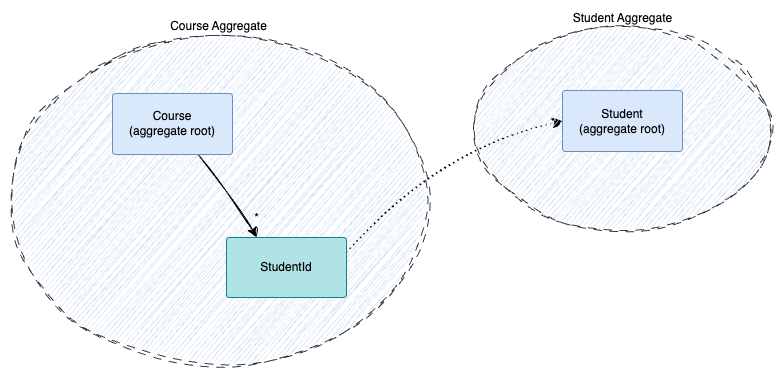
This is docs/topics/img/course-and-student-aggregates.png from tomohisa/dcb-events.github.io, a draw.io export, as it was before one commit. Source tidied: cells renumbered, new cells last; positions are measured from the earlier drawing's top-left corner, leaving out a move shared by most shapes. Its diagram source:
```xml
<mxGraphModel>
  <root>
    <mxCell id="0" />
    <mxCell id="1" parent="0" />
    <mxCell id="2" value="Course Aggregate" style="ellipse;whiteSpace=wrap;html=1;sketch=1;curveFitting=1;jiggle=2;dashed=1;dashPattern=8 8;labelPosition=center;verticalLabelPosition=top;align=center;verticalAlign=bottom;spacing=2;fillColor=#D4E1F5;strokeColor=#36393d;" parent="1" vertex="1">
      <mxGeometry y="8" width="417" height="329" as="geometry" />
    </mxCell>
    <mxCell id="3" style="edgeStyle=none;curved=1;rounded=0;jettySize=auto;html=1;entryX=0.25;entryY=0;entryDx=0;entryDy=0;fontSize=12;startSize=8;endSize=8;sketch=1;curveFitting=1;jiggle=2;" parent="1" edge="1" source="5" target="7">
      <mxGeometry relative="1" as="geometry">
        <Array as="points">
          <mxPoint x="229" y="176" />
        </Array>
      </mxGeometry>
    </mxCell>
    <mxCell id="4" value="*" style="edgeLabel;html=1;align=center;verticalAlign=middle;fontSize=12;" parent="3" vertex="1">
      <mxGeometry x="0.69" y="3" relative="1" as="geometry">
        <mxPoint x="4" y="-4" as="offset" />
      </mxGeometry>
    </mxCell>
    <mxCell id="5" value="Course&lt;div&gt;(aggregate root)&lt;/div&gt;" style="rounded=1;whiteSpace=wrap;html=1;arcSize=5;fillColor=#dae8fc;strokeColor=#6c8ebf;" parent="1" vertex="1">
      <mxGeometry x="102" y="66" width="120" height="61" as="geometry" />
    </mxCell>
    <mxCell id="6" style="edgeStyle=none;curved=1;rounded=0;jettySize=auto;html=1;exitX=1;exitY=0.25;exitDx=0;exitDy=0;entryX=0;entryY=0.5;entryDx=0;entryDy=0;fontSize=12;startSize=8;endSize=8;sketch=1;curveFitting=1;jiggle=2;dashed=1;dashPattern=1 4;" parent="1" edge="1" source="7" target="9">
      <mxGeometry relative="1" as="geometry">
        <Array as="points">
          <mxPoint x="426" y="121" />
        </Array>
      </mxGeometry>
    </mxCell>
    <mxCell id="7" value="StudentId" style="rounded=1;whiteSpace=wrap;html=1;arcSize=5;fillColor=#b0e3e6;strokeColor=#0e8088;" parent="1" vertex="1">
      <mxGeometry x="216" y="210" width="120" height="60" as="geometry" />
    </mxCell>
    <mxCell id="8" value="Student Aggregate" style="ellipse;whiteSpace=wrap;html=1;sketch=1;curveFitting=1;jiggle=2;dashed=1;dashPattern=8 8;labelPosition=center;verticalLabelPosition=top;align=center;verticalAlign=bottom;spacing=2;fillColor=#D4E1F5;strokeColor=#36393d;" parent="1" vertex="1">
      <mxGeometry x="463.5" width="297" height="202" as="geometry" />
    </mxCell>
    <mxCell id="9" value="Student&lt;div&gt;(aggregate root)&lt;/div&gt;" style="rounded=1;whiteSpace=wrap;html=1;arcSize=5;fillColor=#dae8fc;strokeColor=#6c8ebf;" parent="1" vertex="1">
      <mxGeometry x="552" y="63" width="120" height="61" as="geometry" />
    </mxCell>
  </root>
</mxGraphModel>
```
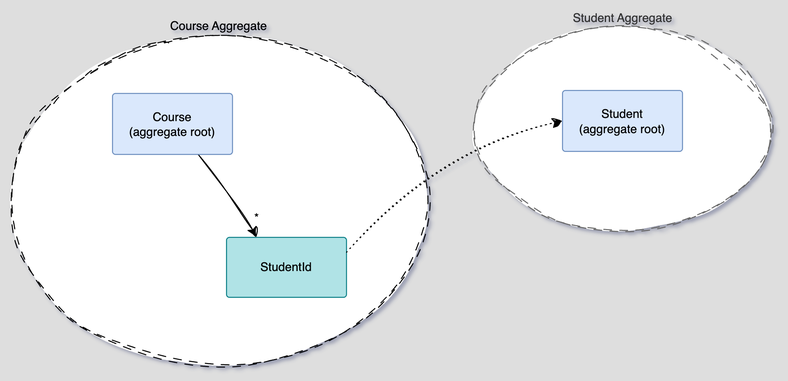
The same diagram one commit later.

Commit message:
Improve/extend "Aggregates" article

The edit, as a diff of the source:
```diff
@@ -1,40 +1,40 @@
-<mxGraphModel>
+<mxGraphModel background="#DEDEDE" shadow="1">
   <root>
     <mxCell id="0" />
     <mxCell id="1" parent="0" />
-    <mxCell id="2" value="Course Aggregate" style="ellipse;whiteSpace=wrap;html=1;sketch=1;curveFitting=1;jiggle=2;dashed=1;dashPattern=8 8;labelPosition=center;verticalLabelPosition=top;align=center;verticalAlign=bottom;spacing=2;fillColor=#D4E1F5;strokeColor=#36393d;" parent="1" vertex="1">
-      <mxGeometry y="8" width="417" height="329" as="geometry" />
+    <mxCell id="2" value="Course Aggregate" style="ellipse;whiteSpace=wrap;html=1;sketch=1;curveFitting=1;jiggle=2;dashed=1;dashPattern=8 8;labelPosition=center;verticalLabelPosition=top;align=center;verticalAlign=bottom;spacing=2;" parent="1" vertex="1">
+      <mxGeometry x="190" y="-17" width="417" height="329" as="geometry" />
     </mxCell>
-    <mxCell id="3" style="edgeStyle=none;curved=1;rounded=0;jettySize=auto;html=1;entryX=0.25;entryY=0;entryDx=0;entryDy=0;fontSize=12;startSize=8;endSize=8;sketch=1;curveFitting=1;jiggle=2;" parent="1" edge="1" source="5" target="7">
+    <mxCell id="3" style="edgeStyle=none;curved=1;rounded=0;jettySize=auto;html=1;entryX=0.25;entryY=0;entryDx=0;entryDy=0;fontSize=12;startSize=8;endSize=8;sketch=1;curveFitting=1;jiggle=2;" parent="1" edge="1" source="5" target="6">
       <mxGeometry relative="1" as="geometry">
         <Array as="points">
-          <mxPoint x="229" y="176" />
+          <mxPoint x="419" y="151" />
         </Array>
       </mxGeometry>
     </mxCell>
-    <mxCell id="4" value="*" style="edgeLabel;html=1;align=center;verticalAlign=middle;fontSize=12;" parent="3" vertex="1">
+    <mxCell id="4" value="*" style="edgeLabel;html=1;align=center;verticalAlign=middle;fontSize=12;labelBackgroundColor=none;" parent="3" vertex="1">
       <mxGeometry x="0.69" y="3" relative="1" as="geometry">
         <mxPoint x="4" y="-4" as="offset" />
       </mxGeometry>
     </mxCell>
     <mxCell id="5" value="Course&lt;div&gt;(aggregate root)&lt;/div&gt;" style="rounded=1;whiteSpace=wrap;html=1;arcSize=5;fillColor=#dae8fc;strokeColor=#6c8ebf;" parent="1" vertex="1">
-      <mxGeometry x="102" y="66" width="120" height="61" as="geometry" />
+      <mxGeometry x="292" y="41" width="120" height="61" as="geometry" />
     </mxCell>
-    <mxCell id="6" style="edgeStyle=none;curved=1;rounded=0;jettySize=auto;html=1;exitX=1;exitY=0.25;exitDx=0;exitDy=0;entryX=0;entryY=0.5;entryDx=0;entryDy=0;fontSize=12;startSize=8;endSize=8;sketch=1;curveFitting=1;jiggle=2;dashed=1;dashPattern=1 4;" parent="1" edge="1" source="7" target="9">
-      <mxGeometry relative="1" as="geometry">
-        <Array as="points">
-          <mxPoint x="426" y="121" />
-        </Array>
-      </mxGeometry>
+    <mxCell id="6" value="StudentId" style="rounded=1;whiteSpace=wrap;html=1;arcSize=5;fillColor=#b0e3e6;strokeColor=#0e8088;" parent="1" vertex="1">
+      <mxGeometry x="406" y="185" width="120" height="60" as="geometry" />
     </mxCell>
-    <mxCell id="7" value="StudentId" style="rounded=1;whiteSpace=wrap;html=1;arcSize=5;fillColor=#b0e3e6;strokeColor=#0e8088;" parent="1" vertex="1">
-      <mxGeometry x="216" y="210" width="120" height="60" as="geometry" />
+    <mxCell id="7" value="Student Aggregate" style="ellipse;whiteSpace=wrap;html=1;sketch=1;curveFitting=1;jiggle=2;dashed=1;dashPattern=8 8;labelPosition=center;verticalLabelPosition=top;align=center;verticalAlign=bottom;spacing=2;fillColor=default;strokeColor=#666666;fontColor=#333333;" parent="1" vertex="1">
+      <mxGeometry x="653.5" y="-25" width="297" height="202" as="geometry" />
     </mxCell>
-    <mxCell id="8" value="Student Aggregate" style="ellipse;whiteSpace=wrap;html=1;sketch=1;curveFitting=1;jiggle=2;dashed=1;dashPattern=8 8;labelPosition=center;verticalLabelPosition=top;align=center;verticalAlign=bottom;spacing=2;fillColor=#D4E1F5;strokeColor=#36393d;" parent="1" vertex="1">
-      <mxGeometry x="463.5" width="297" height="202" as="geometry" />
+    <mxCell id="8" value="Student&lt;div&gt;(aggregate root)&lt;/div&gt;" style="rounded=1;whiteSpace=wrap;html=1;arcSize=5;fillColor=#dae8fc;strokeColor=#6c8ebf;" parent="1" vertex="1">
+      <mxGeometry x="742" y="38" width="120" height="61" as="geometry" />
     </mxCell>
-    <mxCell id="9" value="Student&lt;div&gt;(aggregate root)&lt;/div&gt;" style="rounded=1;whiteSpace=wrap;html=1;arcSize=5;fillColor=#dae8fc;strokeColor=#6c8ebf;" parent="1" vertex="1">
-      <mxGeometry x="552" y="63" width="120" height="61" as="geometry" />
+    <mxCell id="9" style="edgeStyle=none;curved=1;rounded=0;jettySize=auto;html=1;exitX=1;exitY=0.25;exitDx=0;exitDy=0;entryX=0;entryY=0.5;entryDx=0;entryDy=0;fontSize=12;startSize=8;endSize=8;sketch=1;curveFitting=1;jiggle=2;dashed=1;dashPattern=1 4;" parent="1" edge="1" source="6" target="8">
+      <mxGeometry relative="1" as="geometry">
+        <Array as="points">
+          <mxPoint x="616" y="96" />
+        </Array>
+      </mxGeometry>
     </mxCell>
   </root>
 </mxGraphModel>
```
